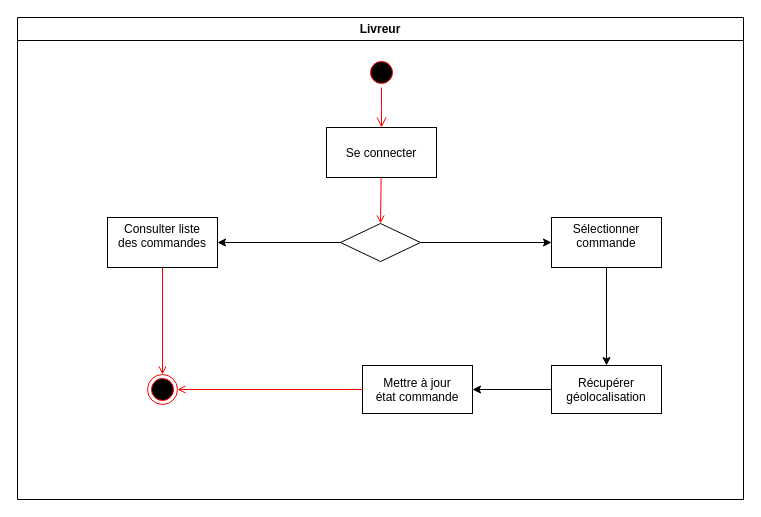
Earlier version of the draw.io diagram Activity livreur.drawio (othman3492/p4uml). Source tidied: cells renumbered, new cells numbered last; positions are measured from the earlier drawing's top-left corner, leaving out a move shared by most shapes. Both pictures are drawn from the tidied source at 100%, with x=0, y=0 at pixel (17, 17).
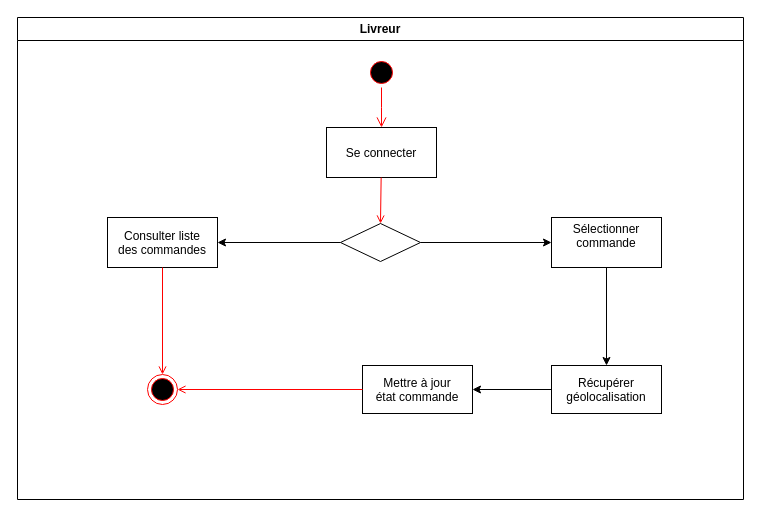
After the change.

The edit, as a diff of the source:
```diff
@@
 <mxGraphModel background="#ffffff">
   <root>
     <mxCell id="0" />
     <mxCell id="1" parent="0" />
     <mxCell id="2" value="Livreur" style="swimlane;whiteSpace=wrap;startSize=23;" parent="1" vertex="1">
       <mxGeometry width="726" height="482" as="geometry" />
     </mxCell>
     <mxCell id="3" style="ellipse;shape=startState;fillColor=#000000;strokeColor=#ff0000;" parent="2" vertex="1">
       <mxGeometry x="349" y="40" width="30" height="30" as="geometry" />
     </mxCell>
     <mxCell id="4" style="edgeStyle=elbowEdgeStyle;elbow=horizontal;verticalAlign=bottom;endArrow=open;endSize=8;strokeColor=#FF0000;endFill=1;rounded=0;" parent="2" edge="1" source="3" target="5">
       <mxGeometry x="349" y="40" as="geometry" />
     </mxCell>
     <mxCell id="5" value="Se connecter" parent="2" vertex="1">
       <mxGeometry x="309" y="110" width="110" height="50" as="geometry" />
     </mxCell>
     <mxCell id="6" style="endArrow=open;strokeColor=#FF0000;endFill=1;rounded=0;entryX=0.5;entryY=0;entryDx=0;entryDy=0;" parent="2" edge="1" source="5" target="8">
       <mxGeometry relative="1" as="geometry" />
     </mxCell>
-    <mxCell id="7" value="Consulter liste&#10;des commandes&#10;" parent="2" vertex="1">
+    <mxCell id="7" value="Consulter liste&#10;des commandes" parent="2" vertex="1">
       <mxGeometry x="90" y="200" width="110" height="50" as="geometry" />
     </mxCell>
     <mxCell id="8" style="rhombus;whiteSpace=wrap;html=1;" parent="2" vertex="1">
       <mxGeometry x="323" y="206" width="80" height="38" as="geometry" />
     </mxCell>
     <mxCell id="9" style="edgeStyle=orthogonalEdgeStyle;rounded=0;jettySize=auto;html=1;" parent="2" edge="1" source="10" target="11">
       <mxGeometry relative="1" as="geometry" />
     </mxCell>
     <mxCell id="10" value="Récupérer&#10;géolocalisation" parent="2" vertex="1">
       <mxGeometry x="534" y="348" width="110" height="48" as="geometry" />
     </mxCell>
     <mxCell id="11" value="Mettre à jour&#10;état commande" parent="2" vertex="1">
       <mxGeometry x="345" y="348" width="110" height="48" as="geometry" />
     </mxCell>
     <mxCell id="12" style="ellipse;html=1;shape=endState;fillColor=#000000;strokeColor=#ff0000;" parent="2" vertex="1">
       <mxGeometry x="130" y="357" width="30" height="30" as="geometry" />
     </mxCell>
     <mxCell id="13" style="endArrow=classic;html=1;exitX=0;exitY=0.5;exitDx=0;exitDy=0;entryX=1;entryY=0.5;entryDx=0;entryDy=0;" parent="2" edge="1" source="8" target="7">
       <mxGeometry relative="1" as="geometry" />
     </mxCell>
     <mxCell id="14" style="endArrow=open;strokeColor=#FF0000;endFill=1;rounded=0;exitX=0.5;exitY=1;exitDx=0;exitDy=0;" parent="2" edge="1" source="7" target="12">
       <mxGeometry relative="1" as="geometry" />
     </mxCell>
     <mxCell id="15" style="endArrow=open;strokeColor=#FF0000;endFill=1;rounded=0;exitX=0;exitY=0.5;exitDx=0;exitDy=0;entryX=1;entryY=0.5;entryDx=0;entryDy=0;" parent="2" edge="1" source="11" target="12">
       <mxGeometry relative="1" as="geometry" />
     </mxCell>
     <mxCell id="16" value="Sélectionner&#10;commande&#10;" parent="1" vertex="1">
       <mxGeometry x="534" y="200" width="110" height="50" as="geometry" />
     </mxCell>
     <mxCell id="17" style="endArrow=classic;html=1;entryX=0;entryY=0.5;entryDx=0;entryDy=0;exitX=1;exitY=0.5;exitDx=0;exitDy=0;" parent="1" edge="1" source="8" target="16">
       <mxGeometry relative="1" as="geometry" />
     </mxCell>
     <mxCell id="18" style="endArrow=classic;html=1;exitX=0.5;exitY=1;exitDx=0;exitDy=0;entryX=0.5;entryY=0;entryDx=0;entryDy=0;" parent="1" edge="1" source="16" target="10">
       <mxGeometry relative="1" as="geometry" />
     </mxCell>
   </root>
 </mxGraphModel>
```
